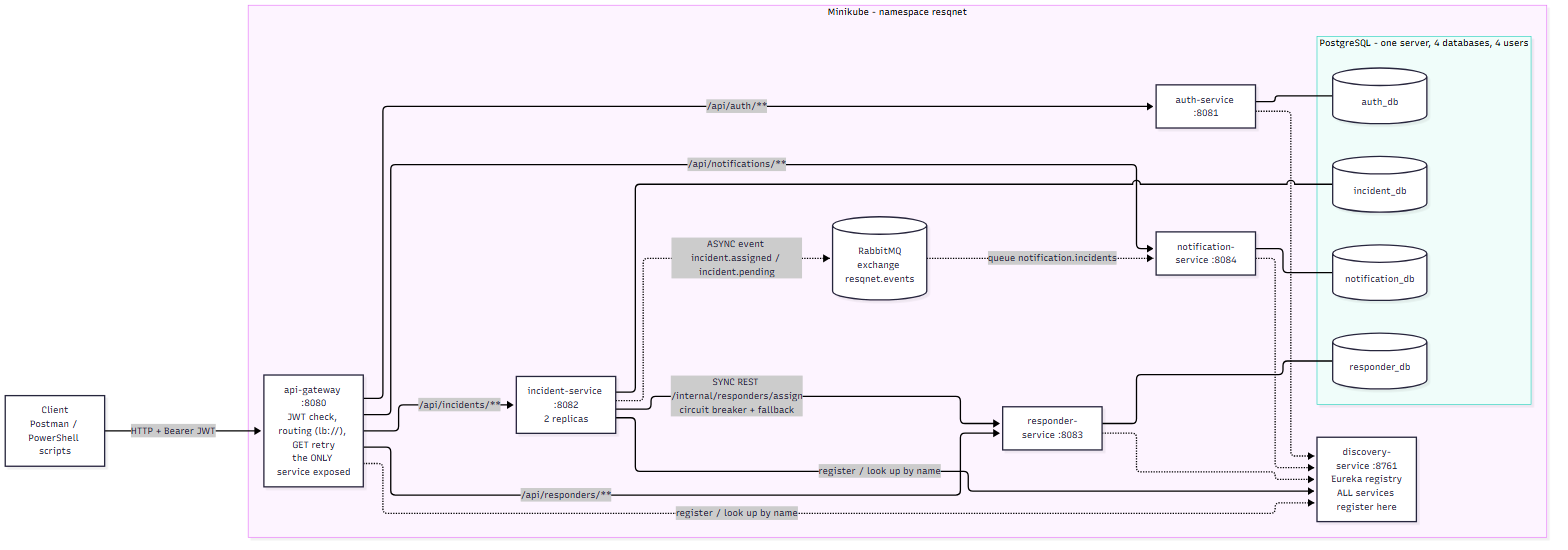
Earlier version of the Mermaid export docs/diagrams/01-system-architecture.png (PrithviKiran791/Micorservice_lab). Its source is kept beside it as docs/diagrams/sources/01-system-architecture.mmd.
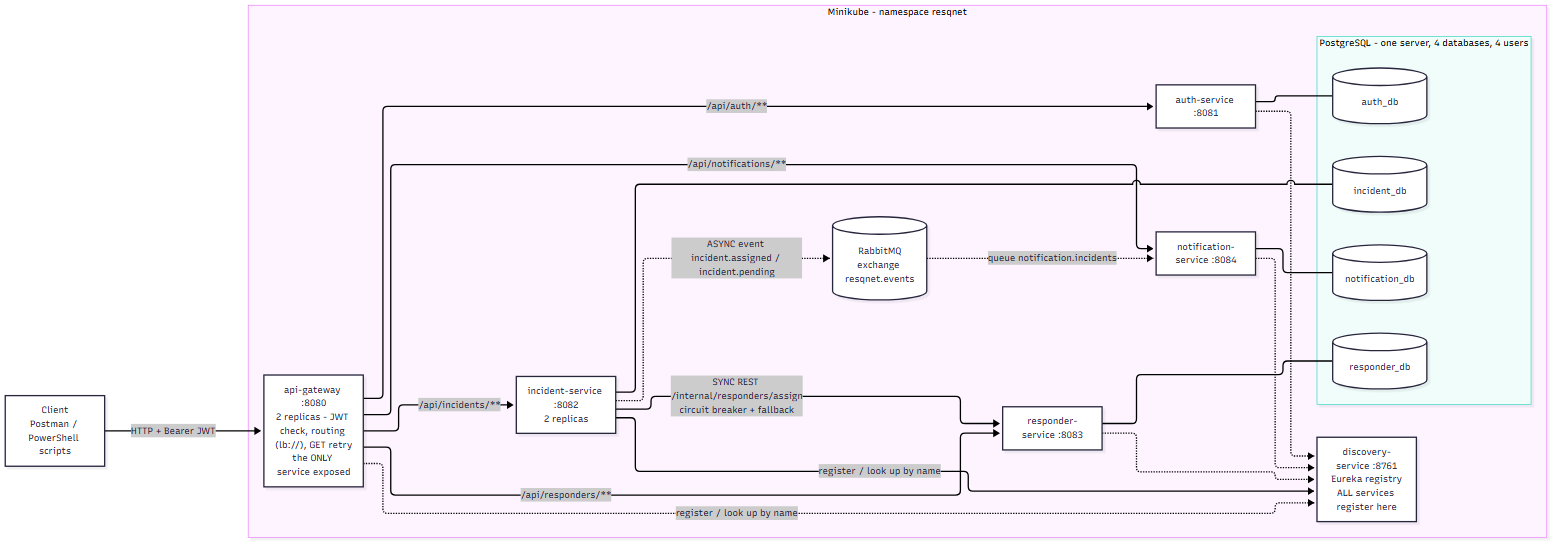
The same diagram one commit later.

Diff of the diagram source:
```diff
@@ -1,7 +1,7 @@
 flowchart LR
     client["Client<br/>Postman / PowerShell scripts"]
     subgraph k8s["Minikube - namespace resqnet"]
-        gw["api-gateway :8080<br/>JWT check, routing (lb://), GET retry<br/>the ONLY service exposed"]
+        gw["api-gateway :8080<br/>2 replicas - JWT check, routing (lb://), GET retry<br/>the ONLY service exposed"]
         eureka["discovery-service :8761<br/>Eureka registry<br/>ALL services register here"]
         auth["auth-service :8081"]
         inc["incident-service :8082<br/>2 replicas"]
```
